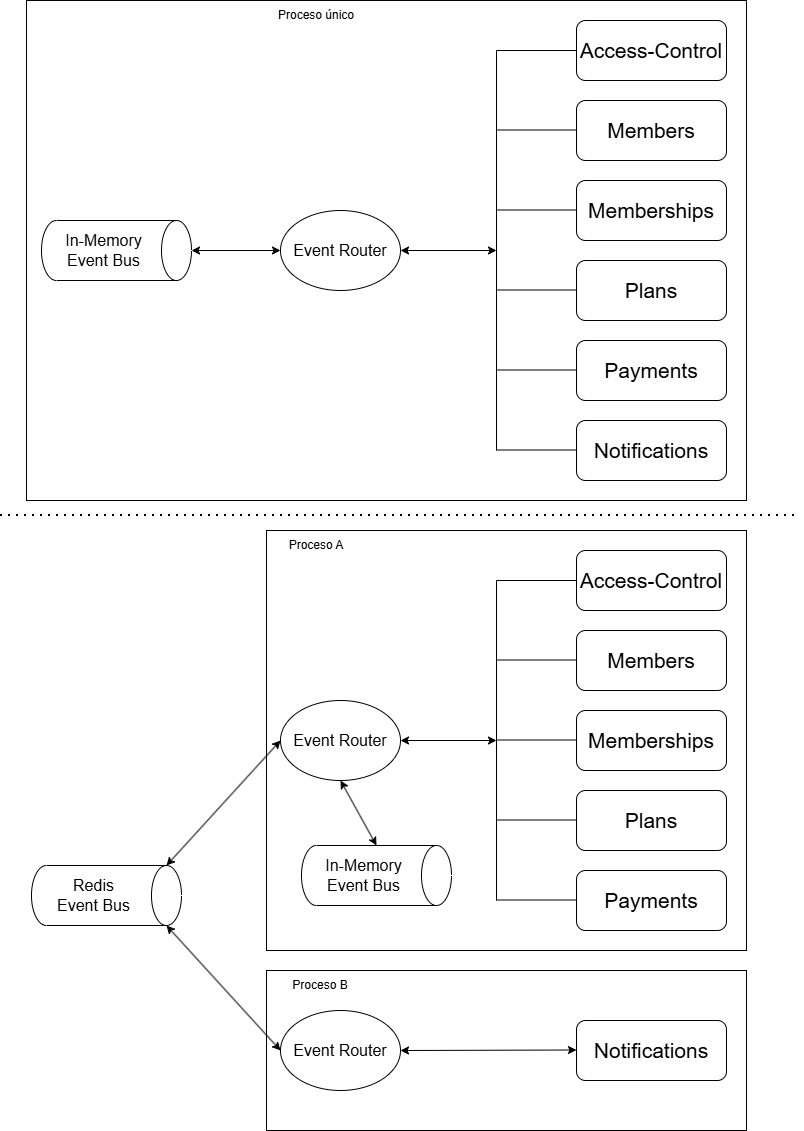
Before: microservices-ready-monolith/modular-monolith.drawio.png, a diagram exported from draw.io (Frandols/nestjs-examples). Source tidied: cells renumbered, new cells last; positions are measured from the earlier drawing's top-left corner, leaving out a move shared by most shapes.
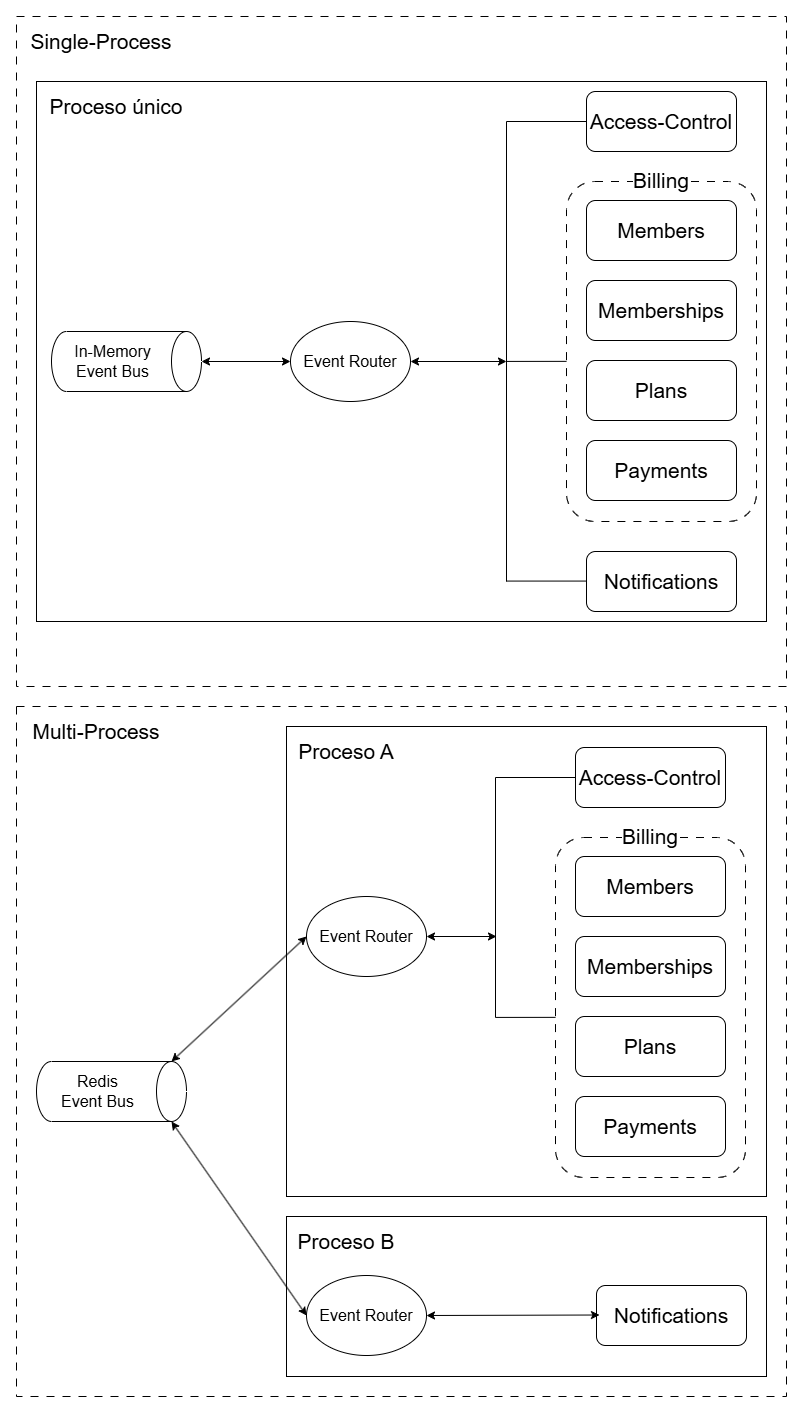
Above is the later version.

Change to the diagram source:
```diff
@@ -2,150 +2,94 @@
   <root>
     <mxCell id="0" />
     <mxCell id="1" parent="0" />
+    <mxCell id="38" style="rounded=0;whiteSpace=wrap;html=1;fillColor=none;" parent="1" vertex="1">
+      <mxGeometry x="276" y="1040" width="480" height="160" as="geometry" />
+    </mxCell>
+    <mxCell id="39" style="rounded=0;whiteSpace=wrap;html=1;fillColor=none;" parent="1" vertex="1">
+      <mxGeometry x="276" y="550" width="480" height="470" as="geometry" />
+    </mxCell>
+    <mxCell id="47" style="rounded=0;whiteSpace=wrap;html=1;fillColor=none;dashed=1;dashPattern=8 8;" parent="1" vertex="1">
+      <mxGeometry x="6" y="-160" width="770" height="670" as="geometry" />
+    </mxCell>
+    <mxCell id="48" style="rounded=0;whiteSpace=wrap;html=1;fillColor=none;" parent="1" vertex="1">
+      <mxGeometry x="26" y="-95" width="730" height="540" as="geometry" />
+    </mxCell>
+    <mxCell id="49" style="rounded=1;whiteSpace=wrap;html=1;fillColor=none;dashed=1;dashPattern=8 8;" parent="1" vertex="1">
+      <mxGeometry x="556" y="5" width="190" height="340" as="geometry" />
+    </mxCell>
+    <mxCell id="50" style="rounded=0;whiteSpace=wrap;html=1;fillColor=none;dashed=1;dashPattern=8 8;" parent="1" vertex="1">
+      <mxGeometry x="6" y="530" width="770" height="690" as="geometry" />
+    </mxCell>
     <mxCell id="2" value="Plans" style="rounded=1;whiteSpace=wrap;html=1;fontSize=21;" parent="1" vertex="1">
-      <mxGeometry x="576" y="260" width="150" height="60" as="geometry" />
+      <mxGeometry x="576" y="184" width="150" height="60" as="geometry" />
     </mxCell>
     <mxCell id="3" value="Payments" style="rounded=1;whiteSpace=wrap;html=1;fontSize=21;" parent="1" vertex="1">
-      <mxGeometry x="576" y="340" width="150" height="60" as="geometry" />
+      <mxGeometry x="576" y="264" width="150" height="60" as="geometry" />
     </mxCell>
     <mxCell id="4" value="Notifications" style="rounded=1;whiteSpace=wrap;html=1;fontSize=21;" parent="1" vertex="1">
-      <mxGeometry x="576" y="420" width="150" height="60" as="geometry" />
+      <mxGeometry x="576" y="375" width="150" height="60" as="geometry" />
     </mxCell>
     <mxCell id="5" value="Memberships" style="rounded=1;whiteSpace=wrap;html=1;fontSize=21;" parent="1" vertex="1">
-      <mxGeometry x="576" y="180" width="150" height="60" as="geometry" />
+      <mxGeometry x="576" y="104" width="150" height="60" as="geometry" />
     </mxCell>
     <mxCell id="6" value="Members" style="rounded=1;whiteSpace=wrap;html=1;fontSize=21;" parent="1" vertex="1">
-      <mxGeometry x="576" y="100" width="150" height="60" as="geometry" />
+      <mxGeometry x="576" y="24" width="150" height="60" as="geometry" />
     </mxCell>
     <mxCell id="7" value="Access-Control" style="rounded=1;whiteSpace=wrap;html=1;fontSize=21;" parent="1" vertex="1">
-      <mxGeometry x="576" y="20" width="150" height="60" as="geometry" />
+      <mxGeometry x="576" y="-85" width="150" height="60" as="geometry" />
     </mxCell>
     <mxCell id="8" style="endArrow=none;html=1;rounded=0;" parent="1" edge="1">
       <mxGeometry relative="1" as="geometry">
-        <mxPoint x="496" y="450" as="sourcePoint" />
-        <mxPoint x="496" y="50" as="targetPoint" />
+        <mxPoint x="496" y="405" as="sourcePoint" />
+        <mxPoint x="496" y="-55" as="targetPoint" />
       </mxGeometry>
     </mxCell>
     <mxCell id="9" style="endArrow=none;html=1;rounded=0;entryX=0;entryY=0.5;entryDx=0;entryDy=0;" parent="1" edge="1" target="7">
       <mxGeometry relative="1" as="geometry">
-        <mxPoint x="496" y="50" as="sourcePoint" />
+        <mxPoint x="496" y="-55" as="sourcePoint" />
       </mxGeometry>
     </mxCell>
-    <mxCell id="10" style="endArrow=none;html=1;rounded=0;entryX=0;entryY=0.5;entryDx=0;entryDy=0;" parent="1" edge="1">
-      <mxGeometry relative="1" as="geometry">
-        <mxPoint x="496" y="129.5" as="sourcePoint" />
-        <mxPoint x="576" y="129.5" as="targetPoint" />
-      </mxGeometry>
-    </mxCell>
-    <mxCell id="11" style="endArrow=none;html=1;rounded=0;entryX=0;entryY=0.5;entryDx=0;entryDy=0;" parent="1" edge="1">
-      <mxGeometry relative="1" as="geometry">
-        <mxPoint x="496" y="209.5" as="sourcePoint" />
-        <mxPoint x="576" y="209.5" as="targetPoint" />
-      </mxGeometry>
-    </mxCell>
-    <mxCell id="12" style="endArrow=none;html=1;rounded=0;entryX=0;entryY=0.5;entryDx=0;entryDy=0;" parent="1" edge="1">
-      <mxGeometry relative="1" as="geometry">
-        <mxPoint x="496" y="289.5" as="sourcePoint" />
-        <mxPoint x="576" y="289.5" as="targetPoint" />
-      </mxGeometry>
-    </mxCell>
-    <mxCell id="13" style="endArrow=none;html=1;rounded=0;entryX=0;entryY=0.5;entryDx=0;entryDy=0;" parent="1" edge="1">
-      <mxGeometry relative="1" as="geometry">
-        <mxPoint x="496" y="369.5" as="sourcePoint" />
-        <mxPoint x="576" y="369.5" as="targetPoint" />
-      </mxGeometry>
-    </mxCell>
     <mxCell id="14" style="endArrow=none;html=1;rounded=0;entryX=0;entryY=0.5;entryDx=0;entryDy=0;" parent="1" edge="1">
       <mxGeometry relative="1" as="geometry">
-        <mxPoint x="496" y="449.5" as="sourcePoint" />
-        <mxPoint x="576" y="449.5" as="targetPoint" />
+        <mxPoint x="496" y="404.6" as="sourcePoint" />
+        <mxPoint x="576" y="404.6" as="targetPoint" />
       </mxGeometry>
     </mxCell>
     <mxCell id="15" value="Event Router" style="ellipse;whiteSpace=wrap;html=1;fontSize=16;" parent="1" vertex="1">
-      <mxGeometry x="280" y="210" width="120" height="80" as="geometry" />
+      <mxGeometry x="280" y="145" width="120" height="80" as="geometry" />
     </mxCell>
     <mxCell id="16" style="endArrow=classic;startArrow=classic;html=1;rounded=0;exitX=1;exitY=0.5;exitDx=0;exitDy=0;" parent="1" edge="1" source="15">
       <mxGeometry relative="1" as="geometry">
-        <mxPoint x="496" y="250" as="targetPoint" />
+        <mxPoint x="496" y="185" as="targetPoint" />
       </mxGeometry>
     </mxCell>
     <mxCell id="17" value="In-Memory Event&amp;nbsp;&lt;span style=&quot;background-color: transparent; color: light-dark(rgb(0, 0, 0), rgb(255, 255, 255));&quot;&gt;Bus&lt;/span&gt;" style="shape=cylinder3;whiteSpace=wrap;html=1;boundedLbl=1;backgroundOutline=1;size=15;rotation=90;horizontal=0;fontSize=16;" parent="1" vertex="1">
-      <mxGeometry x="86" y="175" width="60" height="150" as="geometry" />
+      <mxGeometry x="86" y="110" width="60" height="150" as="geometry" />
     </mxCell>
     <mxCell id="18" style="endArrow=classic;startArrow=classic;html=1;rounded=0;entryX=0.5;entryY=0;entryDx=0;entryDy=0;entryPerimeter=0;exitX=0;exitY=0.5;exitDx=0;exitDy=0;" parent="1" edge="1" source="15" target="17">
       <mxGeometry relative="1" as="geometry" />
     </mxCell>
-    <mxCell id="19" value="Plans" style="rounded=1;whiteSpace=wrap;html=1;fontSize=21;" parent="1" vertex="1">
-      <mxGeometry x="576" y="790" width="150" height="60" as="geometry" />
-    </mxCell>
-    <mxCell id="20" value="Payments" style="rounded=1;whiteSpace=wrap;html=1;fontSize=21;" parent="1" vertex="1">
-      <mxGeometry x="576" y="870" width="150" height="60" as="geometry" />
-    </mxCell>
     <mxCell id="21" value="Notifications" style="rounded=1;whiteSpace=wrap;html=1;fontSize=21;" parent="1" vertex="1">
-      <mxGeometry x="576" y="1020" width="150" height="60" as="geometry" />
+      <mxGeometry x="586" y="1109" width="150" height="60" as="geometry" />
     </mxCell>
-    <mxCell id="22" value="Memberships" style="rounded=1;whiteSpace=wrap;html=1;fontSize=21;" parent="1" vertex="1">
-      <mxGeometry x="576" y="710" width="150" height="60" as="geometry" />
-    </mxCell>
-    <mxCell id="23" value="Members" style="rounded=1;whiteSpace=wrap;html=1;fontSize=21;" parent="1" vertex="1">
-      <mxGeometry x="576" y="630" width="150" height="60" as="geometry" />
-    </mxCell>
-    <mxCell id="24" value="Access-Control" style="rounded=1;whiteSpace=wrap;html=1;fontSize=21;" parent="1" vertex="1">
-      <mxGeometry x="576" y="550" width="150" height="60" as="geometry" />
-    </mxCell>
-    <mxCell id="25" style="endArrow=none;html=1;rounded=0;" parent="1" edge="1">
-      <mxGeometry relative="1" as="geometry">
-        <mxPoint x="496" y="900" as="sourcePoint" />
-        <mxPoint x="496" y="580" as="targetPoint" />
-      </mxGeometry>
-    </mxCell>
-    <mxCell id="26" style="endArrow=none;html=1;rounded=0;entryX=0;entryY=0.5;entryDx=0;entryDy=0;" parent="1" edge="1" target="24">
-      <mxGeometry relative="1" as="geometry">
-        <mxPoint x="496" y="580" as="sourcePoint" />
-      </mxGeometry>
-    </mxCell>
-    <mxCell id="27" style="endArrow=none;html=1;rounded=0;entryX=0;entryY=0.5;entryDx=0;entryDy=0;" parent="1" edge="1">
-      <mxGeometry relative="1" as="geometry">
-        <mxPoint x="496" y="659.5" as="sourcePoint" />
-        <mxPoint x="576" y="659.5" as="targetPoint" />
-      </mxGeometry>
-    </mxCell>
-    <mxCell id="28" style="endArrow=none;html=1;rounded=0;entryX=0;entryY=0.5;entryDx=0;entryDy=0;" parent="1" edge="1">
-      <mxGeometry relative="1" as="geometry">
-        <mxPoint x="496" y="739.5" as="sourcePoint" />
-        <mxPoint x="576" y="739.5" as="targetPoint" />
-      </mxGeometry>
-    </mxCell>
-    <mxCell id="29" style="endArrow=none;html=1;rounded=0;entryX=0;entryY=0.5;entryDx=0;entryDy=0;" parent="1" edge="1">
-      <mxGeometry relative="1" as="geometry">
-        <mxPoint x="496" y="819.5" as="sourcePoint" />
-        <mxPoint x="576" y="819.5" as="targetPoint" />
-      </mxGeometry>
-    </mxCell>
-    <mxCell id="30" style="endArrow=none;html=1;rounded=0;entryX=0;entryY=0.5;entryDx=0;entryDy=0;" parent="1" edge="1">
-      <mxGeometry relative="1" as="geometry">
-        <mxPoint x="496" y="899.5" as="sourcePoint" />
-        <mxPoint x="576" y="899.5" as="targetPoint" />
-      </mxGeometry>
-    </mxCell>
     <mxCell id="31" value="Event Router" style="ellipse;whiteSpace=wrap;html=1;fontSize=16;" parent="1" vertex="1">
-      <mxGeometry x="280" y="700" width="120" height="80" as="geometry" />
+      <mxGeometry x="296" y="720" width="120" height="80" as="geometry" />
     </mxCell>
     <mxCell id="32" style="endArrow=classic;startArrow=classic;html=1;rounded=0;exitX=1;exitY=0.5;exitDx=0;exitDy=0;" parent="1" edge="1" source="31">
       <mxGeometry relative="1" as="geometry">
-        <mxPoint x="496" y="740" as="targetPoint" />
+        <mxPoint x="486" y="760" as="targetPoint" />
       </mxGeometry>
     </mxCell>
     <mxCell id="33" value="Redis Event&amp;nbsp;&lt;span style=&quot;background-color: transparent; color: light-dark(rgb(0, 0, 0), rgb(255, 255, 255));&quot;&gt;Bus&lt;/span&gt;" style="shape=cylinder3;whiteSpace=wrap;html=1;boundedLbl=1;backgroundOutline=1;size=15;rotation=90;horizontal=0;fontSize=16;" parent="1" vertex="1">
-      <mxGeometry x="76" y="820" width="60" height="150" as="geometry" />
+      <mxGeometry x="71" y="840" width="60" height="150" as="geometry" />
     </mxCell>
     <mxCell id="34" style="endArrow=classic;startArrow=classic;html=1;rounded=0;exitX=1;exitY=0.5;exitDx=0;exitDy=0;" parent="1" edge="1" source="35">
       <mxGeometry relative="1" as="geometry">
-        <mxPoint x="576" y="1049.5" as="targetPoint" />
+        <mxPoint x="589" y="1138.5" as="targetPoint" />
       </mxGeometry>
     </mxCell>
     <mxCell id="35" value="Event Router" style="ellipse;whiteSpace=wrap;html=1;fontSize=16;" parent="1" vertex="1">
-      <mxGeometry x="280" y="1010" width="120" height="80" as="geometry" />
+      <mxGeometry x="296" y="1099" width="120" height="80" as="geometry" />
     </mxCell>
     <mxCell id="36" style="endArrow=classic;startArrow=classic;html=1;rounded=0;entryX=0;entryY=0.5;entryDx=0;entryDy=0;exitX=0;exitY=0;exitDx=0;exitDy=15;exitPerimeter=0;" parent="1" edge="1" source="33" target="31">
       <mxGeometry relative="1" as="geometry" />
@@ -153,35 +97,65 @@
     <mxCell id="37" style="endArrow=classic;startArrow=classic;html=1;rounded=0;exitX=0;exitY=0.5;exitDx=0;exitDy=0;entryX=1;entryY=0;entryDx=0;entryDy=15;entryPerimeter=0;" parent="1" edge="1" source="35" target="33">
       <mxGeometry relative="1" as="geometry" />
     </mxCell>
-    <mxCell id="38" style="rounded=0;whiteSpace=wrap;html=1;fillColor=none;" parent="1" vertex="1">
-      <mxGeometry x="266" y="970" width="480" height="160" as="geometry" />
-    </mxCell>
-    <mxCell id="39" style="rounded=0;whiteSpace=wrap;html=1;fillColor=none;" parent="1" vertex="1">
-      <mxGeometry x="266" y="530" width="480" height="420" as="geometry" />
-    </mxCell>
-    <mxCell id="40" style="rounded=0;whiteSpace=wrap;html=1;fillColor=none;" parent="1" vertex="1">
-      <mxGeometry x="26" width="720" height="500" as="geometry" />
-    </mxCell>
-    <mxCell id="41" style="endArrow=none;dashed=1;html=1;dashPattern=1 3;strokeWidth=2;rounded=0;" parent="1" edge="1">
-      <mxGeometry relative="1" as="geometry">
-        <mxPoint y="515" as="sourcePoint" />
-        <mxPoint x="800" y="515" as="targetPoint" />
-      </mxGeometry>
-    </mxCell>
-    <mxCell id="42" value="Proceso único" style="text;html=1;whiteSpace=wrap;strokeColor=none;fillColor=none;align=center;verticalAlign=middle;rounded=0;" parent="1" vertex="1">
-      <mxGeometry x="276" width="80" height="30" as="geometry" />
+    <mxCell id="42" value="Proceso único" style="text;html=1;whiteSpace=wrap;strokeColor=none;fillColor=none;align=center;verticalAlign=middle;rounded=0;fontSize=21;" parent="1" vertex="1">
+      <mxGeometry x="26" y="-95" width="160" height="50" as="geometry" />
     </mxCell>
+    <mxCell id="51" value="&lt;span style=&quot;background-color: light-dark(#ffffff, var(--ge-dark-color, #121212));&quot;&gt;Billing&lt;/span&gt;" style="text;html=1;whiteSpace=wrap;strokeColor=none;fillColor=none;align=center;verticalAlign=middle;rounded=0;fontSize=21;" parent="1" vertex="1">
+      <mxGeometry x="606" y="-16" width="90" height="40" as="geometry" />
+    </mxCell>
+    <mxCell id="52" style="endArrow=none;html=1;rounded=0;entryX=0;entryY=0.529;entryDx=0;entryDy=0;entryPerimeter=0;" parent="1" edge="1" target="49">
+      <mxGeometry relative="1" as="geometry">
+        <mxPoint x="496" y="184.9" as="sourcePoint" />
+      </mxGeometry>
+    </mxCell>
-    <mxCell id="43" value="Proceso A" style="text;html=1;whiteSpace=wrap;strokeColor=none;fillColor=none;align=center;verticalAlign=middle;rounded=0;" parent="1" vertex="1">
-      <mxGeometry x="276" y="530" width="80" height="30" as="geometry" />
+    <mxCell id="43" value="Proceso A" style="text;html=1;whiteSpace=wrap;strokeColor=none;fillColor=none;align=center;verticalAlign=middle;rounded=0;fontSize=21;" parent="1" vertex="1">
+      <mxGeometry x="276" y="550" width="120" height="50" as="geometry" />
     </mxCell>
-    <mxCell id="44" value="Proceso B" style="text;html=1;whiteSpace=wrap;strokeColor=none;fillColor=none;align=center;verticalAlign=middle;rounded=0;" parent="1" vertex="1">
-      <mxGeometry x="280" y="970" width="80" height="30" as="geometry" />
+    <mxCell id="44" value="Proceso B" style="text;html=1;whiteSpace=wrap;strokeColor=none;fillColor=none;align=center;verticalAlign=middle;rounded=0;fontSize=21;" parent="1" vertex="1">
+      <mxGeometry x="276" y="1040" width="120" height="50" as="geometry" />
     </mxCell>
-    <mxCell id="45" value="In-Memory Event&amp;nbsp;&lt;span style=&quot;background-color: transparent; color: light-dark(rgb(0, 0, 0), rgb(255, 255, 255));&quot;&gt;Bus&lt;/span&gt;" style="shape=cylinder3;whiteSpace=wrap;html=1;boundedLbl=1;backgroundOutline=1;size=15;rotation=90;horizontal=0;fontSize=16;" parent="1" vertex="1">
-      <mxGeometry x="346" y="800" width="60" height="150" as="geometry" />
-    </mxCell>
-    <mxCell id="46" style="endArrow=classic;startArrow=classic;html=1;rounded=0;entryX=0.5;entryY=1;entryDx=0;entryDy=0;exitX=0;exitY=0.5;exitDx=0;exitDy=0;exitPerimeter=0;" parent="1" edge="1" source="45" target="31">
-      <mxGeometry relative="1" as="geometry" />
-    </mxCell>
+    <mxCell id="53" value="Single-Process" style="text;html=1;whiteSpace=wrap;strokeColor=none;fillColor=none;align=center;verticalAlign=middle;rounded=0;fontSize=21;" parent="1" vertex="1">
+      <mxGeometry x="6" y="-160" width="170" height="50" as="geometry" />
+    </mxCell>
+    <mxCell id="54" style="rounded=1;whiteSpace=wrap;html=1;fillColor=none;dashed=1;dashPattern=8 8;" parent="1" vertex="1">
+      <mxGeometry x="545" y="661" width="190" height="340" as="geometry" />
+    </mxCell>
+    <mxCell id="19" value="Plans" style="rounded=1;whiteSpace=wrap;html=1;fontSize=21;" parent="1" vertex="1">
+      <mxGeometry x="565" y="840" width="150" height="60" as="geometry" />
+    </mxCell>
+    <mxCell id="20" value="Payments" style="rounded=1;whiteSpace=wrap;html=1;fontSize=21;" parent="1" vertex="1">
+      <mxGeometry x="565" y="920" width="150" height="60" as="geometry" />
+    </mxCell>
+    <mxCell id="22" value="Memberships" style="rounded=1;whiteSpace=wrap;html=1;fontSize=21;" parent="1" vertex="1">
+      <mxGeometry x="565" y="760" width="150" height="60" as="geometry" />
+    </mxCell>
+    <mxCell id="23" value="Members" style="rounded=1;whiteSpace=wrap;html=1;fontSize=21;" parent="1" vertex="1">
+      <mxGeometry x="565" y="680" width="150" height="60" as="geometry" />
+    </mxCell>
+    <mxCell id="24" value="Access-Control" style="rounded=1;whiteSpace=wrap;html=1;fontSize=21;" parent="1" vertex="1">
+      <mxGeometry x="565" y="571" width="150" height="60" as="geometry" />
+    </mxCell>
+    <mxCell id="55" style="endArrow=none;html=1;rounded=0;" parent="1" edge="1">
+      <mxGeometry relative="1" as="geometry">
+        <mxPoint x="485" y="841" as="sourcePoint" />
+        <mxPoint x="485" y="601" as="targetPoint" />
+      </mxGeometry>
+    </mxCell>
+    <mxCell id="56" style="endArrow=none;html=1;rounded=0;entryX=0;entryY=0.5;entryDx=0;entryDy=0;" parent="1" edge="1" target="24">
+      <mxGeometry relative="1" as="geometry">
+        <mxPoint x="485" y="601" as="sourcePoint" />
+      </mxGeometry>
+    </mxCell>
+    <mxCell id="57" value="&lt;span style=&quot;background-color: light-dark(#ffffff, var(--ge-dark-color, #121212));&quot;&gt;Billing&lt;/span&gt;" style="text;html=1;whiteSpace=wrap;strokeColor=none;fillColor=none;align=center;verticalAlign=middle;rounded=0;fontSize=21;" parent="1" vertex="1">
+      <mxGeometry x="595" y="640" width="90" height="40" as="geometry" />
+    </mxCell>
+    <mxCell id="58" style="endArrow=none;html=1;rounded=0;entryX=0;entryY=0.529;entryDx=0;entryDy=0;entryPerimeter=0;" parent="1" edge="1" target="54">
+      <mxGeometry relative="1" as="geometry">
+        <mxPoint x="485" y="840.9" as="sourcePoint" />
+      </mxGeometry>
+    </mxCell>
+    <mxCell id="59" value="Multi-Process" style="text;html=1;whiteSpace=wrap;strokeColor=none;fillColor=none;align=center;verticalAlign=middle;rounded=0;fontSize=21;" parent="1" vertex="1">
+      <mxGeometry x="6" y="530" width="160" height="50" as="geometry" />
+    </mxCell>
   </root>
 </mxGraphModel>
```
